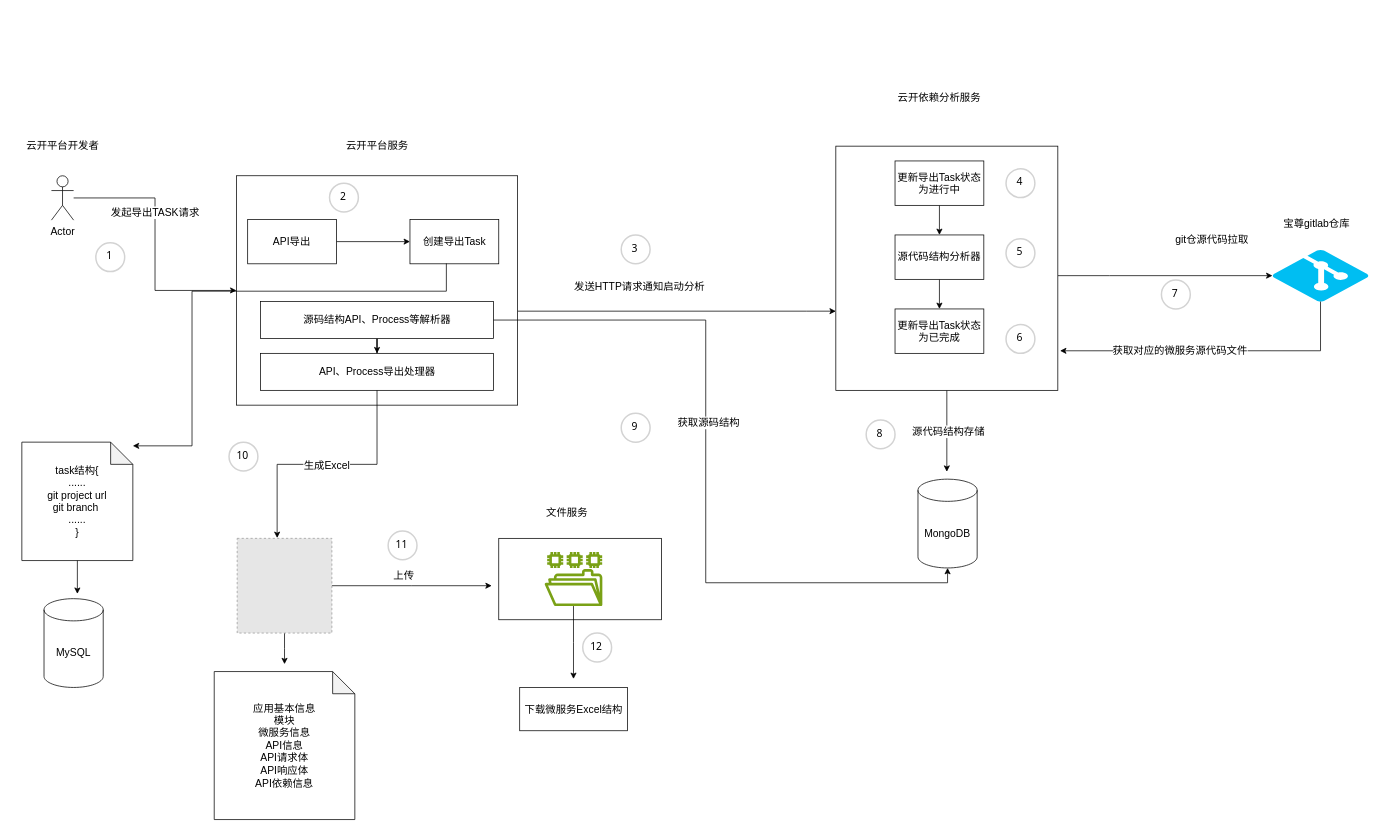
Earlier version of the draw.io diagram 迁移工具设计.drawio (strongant/javassistTest). Source tidied: cells renumbered, new cells numbered last; positions are measured from the earlier drawing's top-left corner, leaving out a move shared by most shapes. Both pictures are drawn from the tidied source at 74%, with x=0, y=0 at pixel (13, 87). Pictures stored in the file or linked from it are replaced by grey dashed boxes.
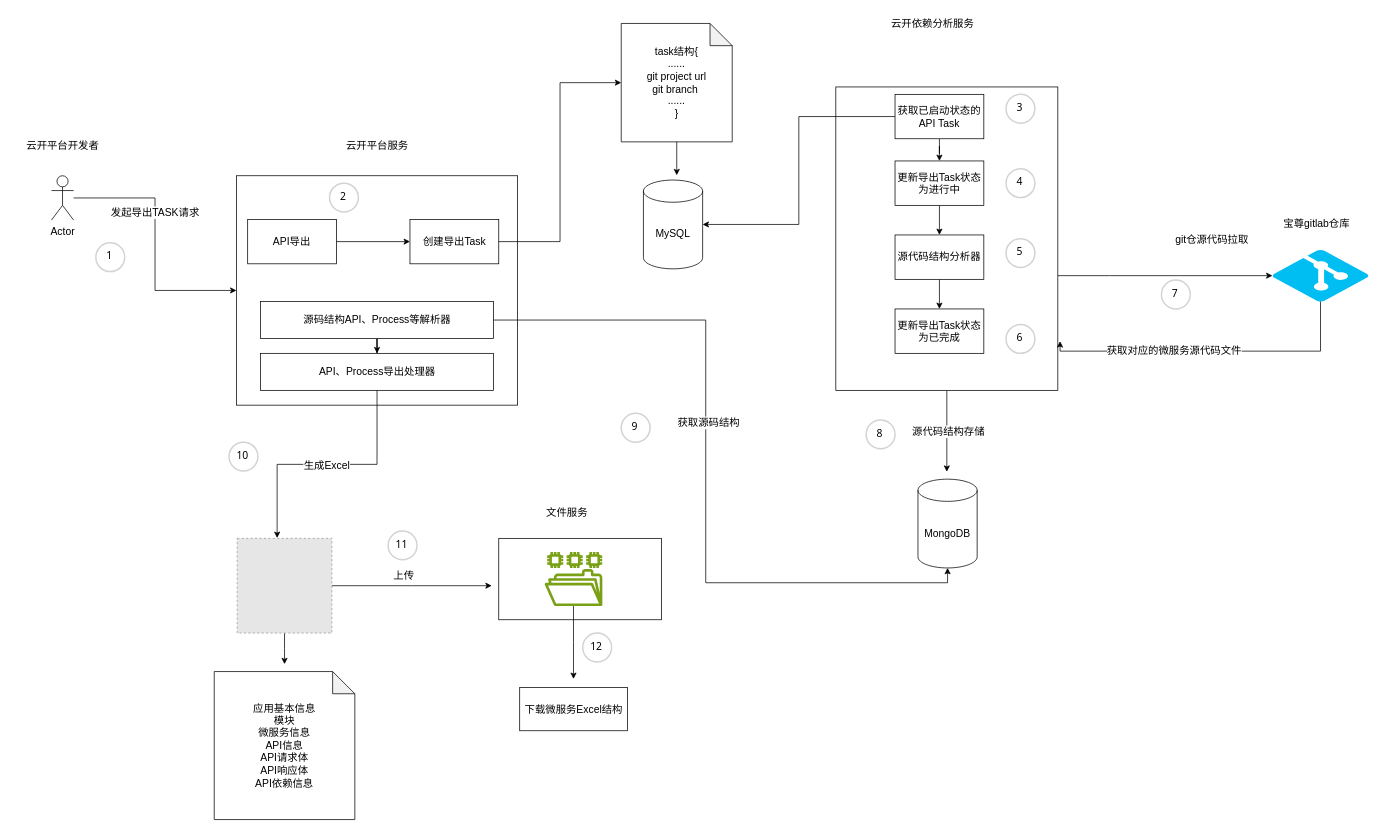
After the change.

Commit message:
Update 迁移工具设计API导出.drawio

The change refers to these unchanged cells:
```xml
<mxCell id="3" style="rounded=0;whiteSpace=wrap;html=1;fontSize=14;" parent="1" vertex="1">
  <mxGeometry x="302" y="120" width="380" height="310" as="geometry" />
</mxCell>
<mxCell id="46" value="创建导出Task" style="rounded=0;whiteSpace=wrap;html=1;fontSize=14;" parent="1" vertex="1">
  <mxGeometry x="536.5" y="179" width="120" height="60" as="geometry" />
</mxCell>
<mxCell id="51" value="更新导出Task状态为进行中" style="rounded=0;whiteSpace=wrap;html=1;fontSize=14;" parent="1" vertex="1">
  <mxGeometry x="1192" y="100" width="120" height="60" as="geometry" />
</mxCell>
```

The edit, as a diff of the source:
```diff
@@
-    <mxCell id="2" style="edgeStyle=orthogonalEdgeStyle;rounded=0;jettySize=auto;html=1;fontSize=14;" parent="1" edge="1" source="3" target="13">
-      <mxGeometry relative="1" as="geometry">
-        <Array as="points">
-          <mxPoint x="1072" y="303" />
-          <mxPoint x="1072" y="303" />
-        </Array>
-      </mxGeometry>
-    </mxCell>
@@
     <mxCell id="13" style="rounded=0;whiteSpace=wrap;html=1;fontSize=14;" parent="1" vertex="1">
-      <mxGeometry x="1112" y="80" width="300" height="330" as="geometry" />
+      <mxGeometry x="1112" width="300" height="410" as="geometry" />
     </mxCell>
     <mxCell id="14" value="云开依赖分析服务" style="text;html=1;align=center;verticalAlign=middle;whiteSpace=wrap;rounded=0;fontSize=14;" parent="1" vertex="1">
-      <mxGeometry x="1192" width="120" height="30" as="geometry" />
+      <mxGeometry x="1183" y="-100" width="120" height="30" as="geometry" />
     </mxCell>
@@
     <mxCell id="17" value="task结构{&lt;div style=&quot;font-size: 14px;&quot;&gt;......&lt;br style=&quot;font-size: 14px;&quot;&gt;&lt;div style=&quot;font-size: 14px;&quot;&gt;git project url&lt;/div&gt;&lt;div style=&quot;font-size: 14px;&quot;&gt;git branch&amp;nbsp;&lt;/div&gt;&lt;div style=&quot;font-size: 14px;&quot;&gt;......&lt;/div&gt;&lt;div style=&quot;font-size: 14px;&quot;&gt;&lt;span style=&quot;background-color: initial; font-size: 14px;&quot;&gt;}&lt;/span&gt;&lt;br style=&quot;font-size: 14px;&quot;&gt;&lt;/div&gt;&lt;/div&gt;" style="shape=note;whiteSpace=wrap;html=1;backgroundOutline=1;darkOpacity=0.05;fontSize=14;" parent="1" vertex="1">
-      <mxGeometry x="12" y="480" width="150" height="160" as="geometry" />
+      <mxGeometry x="822" y="-85.8" width="150" height="160" as="geometry" />
     </mxCell>
-    <mxCell id="18" value="发送HTTP请求通知启动分析" style="text;html=1;align=center;verticalAlign=middle;whiteSpace=wrap;rounded=0;fontSize=14;" parent="1" vertex="1">
-      <mxGeometry x="732" y="260" width="230" height="20" as="geometry" />
-    </mxCell>
@@
-    <mxCell id="31" value="3" style="ellipse;whiteSpace=wrap;html=1;strokeWidth=2;fontFamily=Tahoma;spacingBottom=4;spacingRight=2;strokeColor=#d3d3d3;fontSize=14;" parent="1" vertex="1">
-      <mxGeometry x="822" y="200" width="39" height="39" as="geometry" />
-    </mxCell>
@@
     <mxCell id="42" value="MySQL" style="shape=cylinder3;whiteSpace=wrap;html=1;boundedLbl=1;backgroundOutline=1;size=15;fontSize=14;" parent="1" vertex="1">
-      <mxGeometry x="42" y="691.5" width="80" height="120" as="geometry" />
+      <mxGeometry x="852" y="125.8" width="80" height="120" as="geometry" />
     </mxCell>
@@
-    <mxCell id="47" style="edgeStyle=orthogonalEdgeStyle;rounded=0;jettySize=auto;html=1;entryX=1;entryY=0.5;entryDx=0;entryDy=0;entryPerimeter=0;exitX=0.41;exitY=0.992;exitDx=0;exitDy=0;exitPerimeter=0;" parent="1" edge="1" source="46">
-      <mxGeometry relative="1" as="geometry">
-        <mxPoint x="162" y="485" as="targetPoint" />
-        <Array as="points">
-          <mxPoint x="586" y="276" />
-          <mxPoint x="242" y="276" />
-          <mxPoint x="242" y="485" />
-        </Array>
-      </mxGeometry>
-    </mxCell>
@@
+    <mxCell id="63" style="edgeStyle=orthogonalEdgeStyle;rounded=0;jettySize=auto;html=1;entryX=0;entryY=0.5;entryDx=0;entryDy=0;entryPerimeter=0;" parent="1" edge="1" source="46" target="17">
+      <mxGeometry relative="1" as="geometry" />
+    </mxCell>
+    <mxCell id="64" style="edgeStyle=orthogonalEdgeStyle;rounded=0;jettySize=auto;html=1;" parent="1" edge="1" source="65" target="51">
+      <mxGeometry relative="1" as="geometry" />
+    </mxCell>
+    <mxCell id="65" value="获取已启动状态的API Task" style="rounded=0;whiteSpace=wrap;html=1;fontSize=14;" parent="1" vertex="1">
+      <mxGeometry x="1192" y="10" width="120" height="60" as="geometry" />
+    </mxCell>
+    <mxCell id="66" style="edgeStyle=orthogonalEdgeStyle;rounded=0;jettySize=auto;html=1;entryX=1;entryY=0.5;entryDx=0;entryDy=0;entryPerimeter=0;" parent="1" edge="1" source="65" target="42">
+      <mxGeometry relative="1" as="geometry" />
+    </mxCell>
+    <mxCell id="31" value="3" style="ellipse;whiteSpace=wrap;html=1;strokeWidth=2;fontFamily=Tahoma;spacingBottom=4;spacingRight=2;strokeColor=#d3d3d3;fontSize=14;" parent="1" vertex="1">
+      <mxGeometry x="1342" y="10" width="39" height="39" as="geometry" />
+    </mxCell>
```
